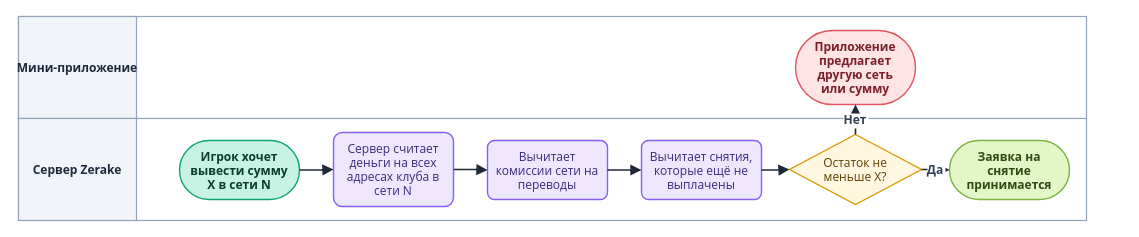
Earlier version of the draw.io diagram diagrams/drawio/solvency.drawio (LILSUFFER/zerake-docs). Source tidied: cells renumbered, new cells numbered last; positions are measured from the earlier drawing's top-left corner, leaving out a move shared by most shapes. Both pictures are drawn from the tidied source at 100%, with x=0, y=0 at pixel (18, 16).
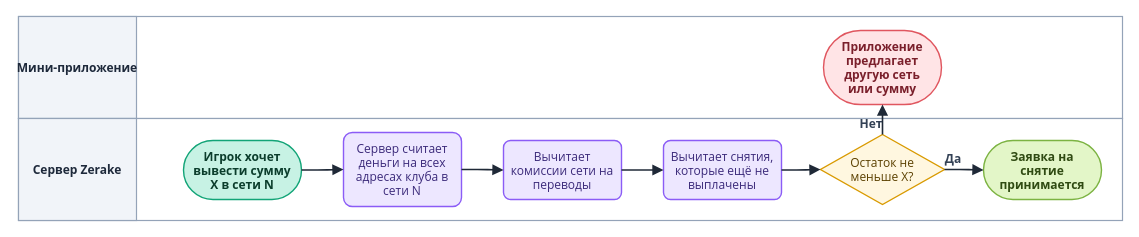
Above is the later version.

The edit, as a diff of the source:
```diff
@@
 <mxGraphModel>
   <root>
     <mxCell id="0" />
     <mxCell id="1" parent="0" />
     <mxCell id="2" style="rounded=0;html=0;fillColor=#FFFFFF;strokeColor=#94A3B8;strokeWidth=1.2;" parent="1" vertex="1">
-      <mxGeometry width="1068" height="102" as="geometry" />
+      <mxGeometry width="1104" height="102" as="geometry" />
     </mxCell>
     <mxCell id="3" value="Мини-приложение" style="rounded=0;html=0;fillColor=#F1F4F9;strokeColor=#94A3B8;strokeWidth=1.2;fontColor=#1E293B;fontStyle=1;fontSize=12;fontFamily=Segoe UI;align=center;verticalAlign=middle;" parent="1" vertex="1">
       <mxGeometry width="118" height="102" as="geometry" />
     </mxCell>
     <mxCell id="4" style="rounded=0;html=0;fillColor=#FFFFFF;strokeColor=#94A3B8;strokeWidth=1.2;" parent="1" vertex="1">
-      <mxGeometry y="102" width="1068" height="102" as="geometry" />
+      <mxGeometry y="102" width="1104" height="102" as="geometry" />
     </mxCell>
     <mxCell id="5" value="Сервер Zerake" style="rounded=0;html=0;fillColor=#F1F4F9;strokeColor=#94A3B8;strokeWidth=1.2;fontColor=#1E293B;fontStyle=1;fontSize=12;fontFamily=Segoe UI;align=center;verticalAlign=middle;" parent="1" vertex="1">
       <mxGeometry y="102" width="118" height="102" as="geometry" />
     </mxCell>
     <mxCell id="6" value="Игрок хочет&#10;вывести сумму&#10;X в сети N" style="rounded=1;arcSize=50;html=0;fontStyle=1;fillColor=#C7F2E4;strokeColor=#12A477;fontColor=#0B3D2C;fontFamily=Segoe UI;fontSize=12;strokeWidth=1.4;" parent="1" vertex="1">
-      <mxGeometry x="161" y="124" width="120" height="59" as="geometry" />
+      <mxGeometry x="165" y="124" width="118" height="59" as="geometry" />
     </mxCell>
     <mxCell id="7" value="Сервер считает&#10;деньги на всех&#10;адресах клуба в&#10;сети N" style="rounded=1;arcSize=12;html=0;fillColor=#EDE7FF;strokeColor=#8B5CF6;fontColor=#3B2A7A;fontFamily=Segoe UI;fontSize=12;strokeWidth=1.4;" parent="1" vertex="1">
-      <mxGeometry x="315" y="116" width="120" height="74" as="geometry" />
+      <mxGeometry x="325" y="116" width="118" height="74" as="geometry" />
     </mxCell>
     <mxCell id="8" value="Вычитает&#10;комиссии сети на&#10;переводы" style="rounded=1;arcSize=12;html=0;fillColor=#EDE7FF;strokeColor=#8B5CF6;fontColor=#3B2A7A;fontFamily=Segoe UI;fontSize=12;strokeWidth=1.4;" parent="1" vertex="1">
-      <mxGeometry x="469" y="124" width="120" height="59" as="geometry" />
+      <mxGeometry x="485" y="124" width="118" height="59" as="geometry" />
     </mxCell>
     <mxCell id="9" value="Вычитает снятия,&#10;которые ещё не&#10;выплачены" style="rounded=1;arcSize=12;html=0;fillColor=#EDE7FF;strokeColor=#8B5CF6;fontColor=#3B2A7A;fontFamily=Segoe UI;fontSize=12;strokeWidth=1.4;" parent="1" vertex="1">
-      <mxGeometry x="623" y="124" width="120" height="59" as="geometry" />
+      <mxGeometry x="645" y="124" width="118" height="59" as="geometry" />
     </mxCell>
     <mxCell id="10" value="Остаток не&#10;меньше X?" style="rhombus;html=0;fillColor=#FFF7E0;strokeColor=#D99A00;fontColor=#5C4100;fontFamily=Segoe UI;fontSize=12;strokeWidth=1.4;" parent="1" vertex="1">
-      <mxGeometry x="771" y="118" width="132" height="70" as="geometry" />
+      <mxGeometry x="802" y="118" width="124" height="70" as="geometry" />
     </mxCell>
     <mxCell id="11" value="Приложение&#10;предлагает&#10;другую сеть&#10;или сумму" style="rounded=1;arcSize=50;html=0;fontStyle=1;fillColor=#FFE4E6;strokeColor=#E0565F;fontColor=#7A1F2B;fontFamily=Segoe UI;fontSize=12;strokeWidth=1.4;" parent="1" vertex="1">
-      <mxGeometry x="777" y="14" width="120" height="74" as="geometry" />
+      <mxGeometry x="805" y="14" width="118" height="74" as="geometry" />
     </mxCell>
     <mxCell id="12" value="Заявка на&#10;снятие&#10;принимается" style="rounded=1;arcSize=50;html=0;fontStyle=1;fillColor=#E3F6C8;strokeColor=#7CB342;fontColor=#2F4A12;fontFamily=Segoe UI;fontSize=12;strokeWidth=1.4;" parent="1" vertex="1">
-      <mxGeometry x="931" y="124" width="120" height="59" as="geometry" />
+      <mxGeometry x="965" y="124" width="118" height="59" as="geometry" />
     </mxCell>
-    <mxCell id="13" style="edgeStyle=orthogonalEdgeStyle;rounded=1;arcSize=10;jettySize=auto;html=0;strokeColor=#1F2937;strokeWidth=1.6;endArrow=block;endFill=1;endSize=7;fontFamily=Segoe UI;fontSize=12;fontStyle=1;fontColor=#334155;labelBackgroundColor=#FFFFFF;" parent="1" edge="1" source="6" target="7">
+    <mxCell id="13" style="edgeStyle=orthogonalEdgeStyle;rounded=1;arcSize=10;jettySize=auto;html=0;strokeColor=#1F2937;strokeWidth=1.6;endArrow=block;endFill=1;endSize=7;fontFamily=Segoe UI;fontSize=12;fontStyle=1;fontColor=#334155;labelBackgroundColor=none;" parent="1" edge="1" source="6" target="7">
       <mxGeometry relative="1" as="geometry" />
     </mxCell>
-    <mxCell id="14" style="edgeStyle=orthogonalEdgeStyle;rounded=1;arcSize=10;jettySize=auto;html=0;strokeColor=#1F2937;strokeWidth=1.6;endArrow=block;endFill=1;endSize=7;fontFamily=Segoe UI;fontSize=12;fontStyle=1;fontColor=#334155;labelBackgroundColor=#FFFFFF;" parent="1" edge="1" source="7" target="8">
+    <mxCell id="14" style="edgeStyle=orthogonalEdgeStyle;rounded=1;arcSize=10;jettySize=auto;html=0;strokeColor=#1F2937;strokeWidth=1.6;endArrow=block;endFill=1;endSize=7;fontFamily=Segoe UI;fontSize=12;fontStyle=1;fontColor=#334155;labelBackgroundColor=none;" parent="1" edge="1" source="7" target="8">
       <mxGeometry relative="1" as="geometry" />
     </mxCell>
-    <mxCell id="15" style="edgeStyle=orthogonalEdgeStyle;rounded=1;arcSize=10;jettySize=auto;html=0;strokeColor=#1F2937;strokeWidth=1.6;endArrow=block;endFill=1;endSize=7;fontFamily=Segoe UI;fontSize=12;fontStyle=1;fontColor=#334155;labelBackgroundColor=#FFFFFF;" parent="1" edge="1" source="8" target="9">
+    <mxCell id="15" style="edgeStyle=orthogonalEdgeStyle;rounded=1;arcSize=10;jettySize=auto;html=0;strokeColor=#1F2937;strokeWidth=1.6;endArrow=block;endFill=1;endSize=7;fontFamily=Segoe UI;fontSize=12;fontStyle=1;fontColor=#334155;labelBackgroundColor=none;" parent="1" edge="1" source="8" target="9">
       <mxGeometry relative="1" as="geometry" />
     </mxCell>
-    <mxCell id="16" style="edgeStyle=orthogonalEdgeStyle;rounded=1;arcSize=10;jettySize=auto;html=0;strokeColor=#1F2937;strokeWidth=1.6;endArrow=block;endFill=1;endSize=7;fontFamily=Segoe UI;fontSize=12;fontStyle=1;fontColor=#334155;labelBackgroundColor=#FFFFFF;" parent="1" edge="1" source="9" target="10">
+    <mxCell id="16" style="edgeStyle=orthogonalEdgeStyle;rounded=1;arcSize=10;jettySize=auto;html=0;strokeColor=#1F2937;strokeWidth=1.6;endArrow=block;endFill=1;endSize=7;fontFamily=Segoe UI;fontSize=12;fontStyle=1;fontColor=#334155;labelBackgroundColor=none;" parent="1" edge="1" source="9" target="10">
       <mxGeometry relative="1" as="geometry" />
     </mxCell>
-    <mxCell id="17" value="Нет" style="edgeStyle=orthogonalEdgeStyle;rounded=1;arcSize=10;jettySize=auto;html=0;strokeColor=#1F2937;strokeWidth=1.6;endArrow=block;endFill=1;endSize=7;fontFamily=Segoe UI;fontSize=12;fontStyle=1;fontColor=#334155;labelBackgroundColor=#FFFFFF;" parent="1" edge="1" source="10" target="11">
-      <mxGeometry relative="1" as="geometry" />
+    <mxCell id="17" value="Нет" style="edgeStyle=orthogonalEdgeStyle;rounded=1;arcSize=10;jettySize=auto;html=0;strokeColor=#1F2937;strokeWidth=1.6;endArrow=block;endFill=1;endSize=7;fontFamily=Segoe UI;fontSize=12;fontStyle=1;fontColor=#334155;labelBackgroundColor=none;" parent="1" edge="1" source="10" target="11">
+      <mxGeometry x="-0.55" y="11" relative="1" as="geometry" />
     </mxCell>
-    <mxCell id="18" value="Да" style="edgeStyle=orthogonalEdgeStyle;rounded=1;arcSize=10;jettySize=auto;html=0;strokeColor=#1F2937;strokeWidth=1.6;endArrow=block;endFill=1;endSize=7;fontFamily=Segoe UI;fontSize=12;fontStyle=1;fontColor=#334155;labelBackgroundColor=#FFFFFF;" parent="1" edge="1" source="10" target="12">
-      <mxGeometry relative="1" as="geometry" />
+    <mxCell id="18" value="Да" style="edgeStyle=orthogonalEdgeStyle;rounded=1;arcSize=10;jettySize=auto;html=0;strokeColor=#1F2937;strokeWidth=1.6;endArrow=block;endFill=1;endSize=7;fontFamily=Segoe UI;fontSize=12;fontStyle=1;fontColor=#334155;labelBackgroundColor=none;" parent="1" edge="1" source="10" target="12">
+      <mxGeometry x="-0.55" y="11" relative="1" as="geometry" />
     </mxCell>
   </root>
 </mxGraphModel>
```
